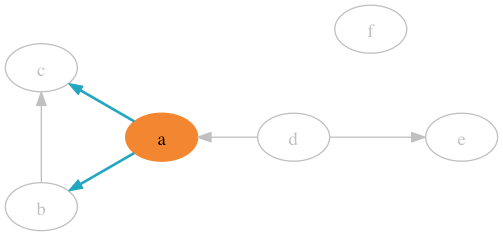
Above: doc/eaf.dot.png in sdboyer/gogl (Graphviz), before the change. Its source is kept beside it as doc/eaf.dot. The source it was exported from:
```dot
digraph G {
  node [color="grey",fontcolor="grey"]
  edge [color="grey"]
	a -> b [style=bold,color="#23A7C0"];
  b -> c;
	a -> c [style=bold,color="#23A7C0"];
	d -> a;
	d -> e;
  a [fontcolor="black",style=filled,color="#F38630"];
  f;
}
```
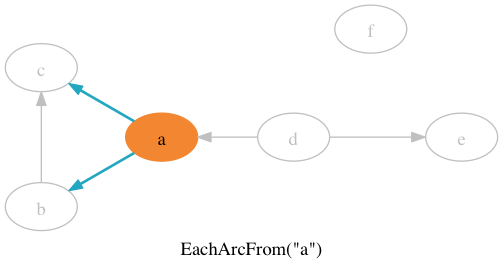
The same file after the commit.

Change to the diagram source:
```diff
@@ -8,4 +8,5 @@
 	d -> e;
   a [fontcolor="black",style=filled,color="#F38630"];
   f;
+  label="EachArcFrom(\"a\")"
 }
```
